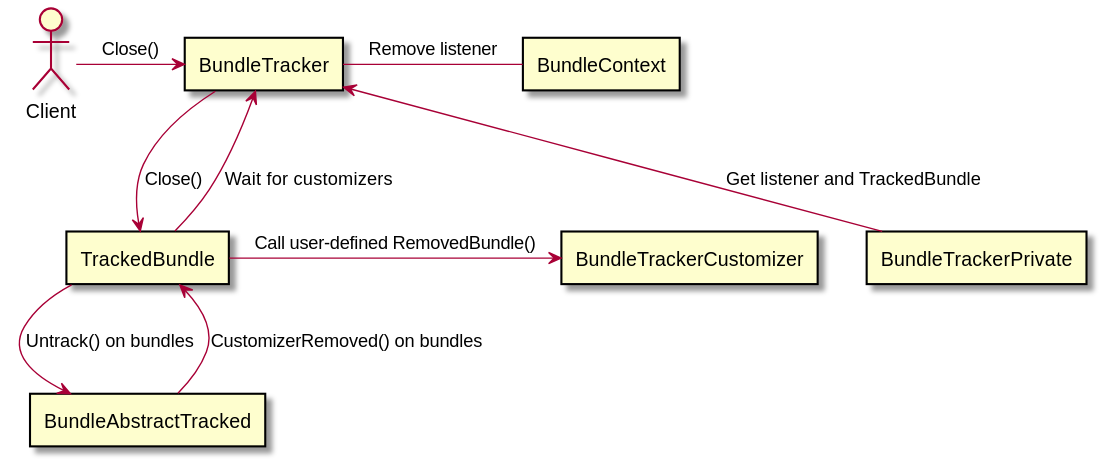
The PlantUML diagram text/0009-BundleTracker-integration/open_diagram.svg in CppMicroServices/rfcs, before a commit. Source of this version:
```plantuml
@startuml open_diagram
:Client: as Client

rectangle "BundleTracker" as BT
rectangle "BundleTrackerPrivate" as BTP
rectangle "TrackedBundle" as TB
rectangle "BundleContext" as BC
rectangle "BundleAbstractTracked" as BAT
rectangle "BundleTrackerCustomizer" as BTC

Client -> BT : Close()
BT <-d- BTP : Get listener and TrackedBundle
BT <-d- TB : Wait for customizers
BT -> TB : Close()
BT - BC : Remove listener

TB -d-> BAT : Untrack() on bundles
BAT -> TB : CustomizerRemoved() on bundles
TB -> BTC : Call user-defined RemovedBundle()

@enduml
```
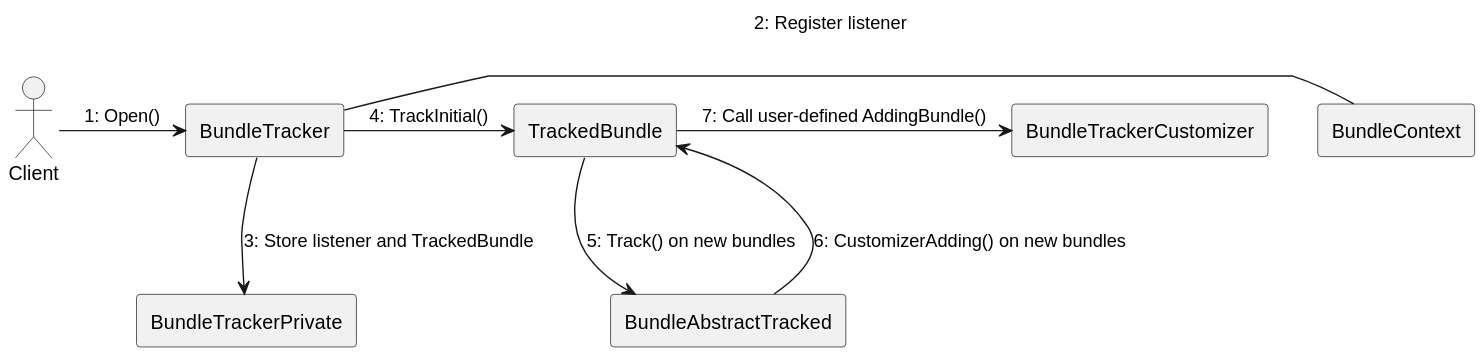
After the change.

Diff of the diagram source:
```diff
@@ -8,14 +8,12 @@
 rectangle "BundleAbstractTracked" as BAT
 rectangle "BundleTrackerCustomizer" as BTC
 
-Client -> BT : Close()
-BT <-d- BTP : Get listener and TrackedBundle
-BT <-d- TB : Wait for customizers
-BT -> TB : Close()
-BT - BC : Remove listener
-
-TB -d-> BAT : Untrack() on bundles
-BAT -> TB : CustomizerRemoved() on bundles
-TB -> BTC : Call user-defined RemovedBundle()
+Client -> BT : 1: Open()
+BT - BC : 2: Register listener
+BT -d-> BTP : 3: Store listener and TrackedBundle
+BT -> TB : 4: TrackInitial()
+TB -d-> BAT : 5: Track() on new bundles
+BAT -> TB : 6: CustomizerAdding() on new bundles
+TB -> BTC : 7: Call user-defined AddingBundle()
 
 @enduml
```
